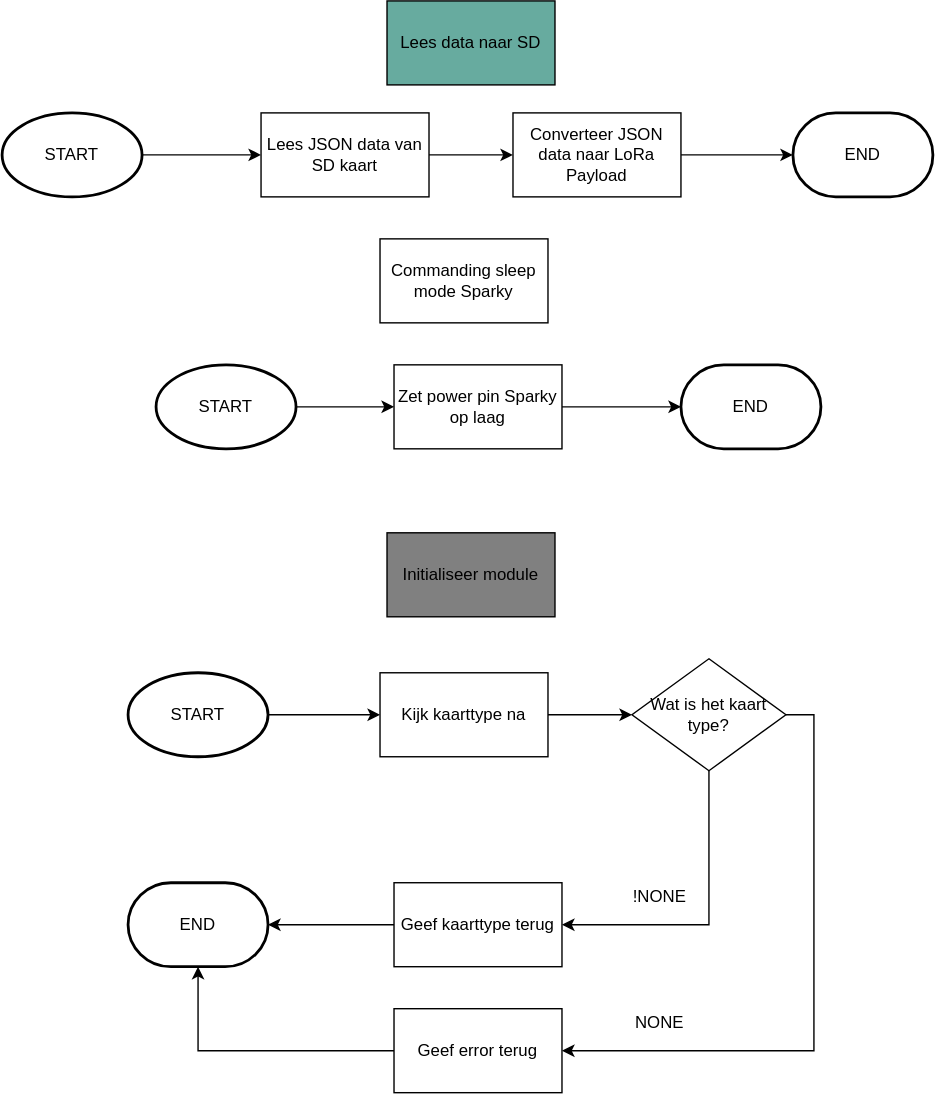
Above: assets/FlowChart-Sparky_2.svg in 747oli/Luchtkwaliteitssensor_analyse (draw.io), before the change. Source tidied: cells renumbered, new cells last; positions are measured from the earlier drawing's top-left corner, leaving out a move shared by most shapes. Its diagram source:
```xml
<mxGraphModel>
  <root>
    <mxCell id="0" />
    <mxCell id="1" parent="0" />
    <mxCell id="2" value="Initialiseer module" style="rounded=0;whiteSpace=wrap;html=1;fillColor=#808080;" parent="1" vertex="1">
      <mxGeometry x="275" y="380" width="120" height="60" as="geometry" />
    </mxCell>
    <mxCell id="3" style="edgeStyle=orthogonalEdgeStyle;rounded=0;jettySize=auto;html=1;" parent="1" edge="1" source="4" target="6">
      <mxGeometry relative="1" as="geometry" />
    </mxCell>
    <mxCell id="4" value="START" style="strokeWidth=2;html=1;shape=mxgraph.flowchart.start_1;whiteSpace=wrap;" parent="1" vertex="1">
      <mxGeometry x="90" y="480" width="100" height="60" as="geometry" />
    </mxCell>
    <mxCell id="5" style="edgeStyle=orthogonalEdgeStyle;rounded=0;jettySize=auto;html=1;" parent="1" edge="1" source="6" target="9">
      <mxGeometry relative="1" as="geometry" />
    </mxCell>
    <mxCell id="6" value="Kijk kaarttype na" style="rounded=0;whiteSpace=wrap;html=1;" parent="1" vertex="1">
      <mxGeometry x="270" y="480" width="120" height="60" as="geometry" />
    </mxCell>
    <mxCell id="7" style="edgeStyle=orthogonalEdgeStyle;rounded=0;jettySize=auto;html=1;exitX=0.5;exitY=1;exitDx=0;exitDy=0;entryX=1;entryY=0.5;entryDx=0;entryDy=0;" parent="1" edge="1" source="9" target="14">
      <mxGeometry relative="1" as="geometry" />
    </mxCell>
    <mxCell id="8" style="edgeStyle=orthogonalEdgeStyle;rounded=0;jettySize=auto;html=1;exitX=1;exitY=0.5;exitDx=0;exitDy=0;entryX=1;entryY=0.5;entryDx=0;entryDy=0;" parent="1" edge="1" source="9" target="16">
      <mxGeometry relative="1" as="geometry" />
    </mxCell>
    <mxCell id="9" value="Wat is het kaart type?" style="rhombus;whiteSpace=wrap;html=1;" parent="1" vertex="1">
      <mxGeometry x="450" y="470" width="110" height="80" as="geometry" />
    </mxCell>
    <mxCell id="10" value="END" style="strokeWidth=2;html=1;shape=mxgraph.flowchart.terminator;whiteSpace=wrap;" parent="1" vertex="1">
      <mxGeometry x="90" y="630" width="100" height="60" as="geometry" />
    </mxCell>
    <mxCell id="11" value="NONE" style="text;html=1;strokeColor=none;fillColor=none;align=center;verticalAlign=middle;whiteSpace=wrap;rounded=0;" parent="1" vertex="1">
      <mxGeometry x="450" y="720" width="40" height="20" as="geometry" />
    </mxCell>
    <mxCell id="12" value="!NONE" style="text;html=1;strokeColor=none;fillColor=none;align=center;verticalAlign=middle;whiteSpace=wrap;rounded=0;" parent="1" vertex="1">
      <mxGeometry x="450" y="630" width="40" height="20" as="geometry" />
    </mxCell>
    <mxCell id="13" style="edgeStyle=orthogonalEdgeStyle;rounded=0;jettySize=auto;html=1;" parent="1" edge="1" source="14" target="10">
      <mxGeometry relative="1" as="geometry" />
    </mxCell>
    <mxCell id="14" value="Geef kaarttype terug" style="rounded=0;whiteSpace=wrap;html=1;" parent="1" vertex="1">
      <mxGeometry x="280" y="630" width="120" height="60" as="geometry" />
    </mxCell>
    <mxCell id="15" style="edgeStyle=orthogonalEdgeStyle;rounded=0;jettySize=auto;html=1;exitX=0;exitY=0.5;exitDx=0;exitDy=0;entryX=0.5;entryY=1;entryDx=0;entryDy=0;entryPerimeter=0;" parent="1" edge="1" source="16" target="10">
      <mxGeometry relative="1" as="geometry" />
    </mxCell>
    <mxCell id="16" value="Geef error terug" style="rounded=0;whiteSpace=wrap;html=1;" parent="1" vertex="1">
      <mxGeometry x="280" y="720" width="120" height="60" as="geometry" />
    </mxCell>
    <mxCell id="17" value="Lees data naar SD" style="rounded=0;whiteSpace=wrap;html=1;fillColor=#67AB9F;" parent="1" vertex="1">
      <mxGeometry x="275" width="120" height="60" as="geometry" />
    </mxCell>
    <mxCell id="18" style="edgeStyle=orthogonalEdgeStyle;rounded=0;jettySize=auto;html=1;" parent="1" edge="1" source="19" target="23">
      <mxGeometry relative="1" as="geometry" />
    </mxCell>
    <mxCell id="19" value="START" style="strokeWidth=2;html=1;shape=mxgraph.flowchart.start_1;whiteSpace=wrap;" parent="1" vertex="1">
      <mxGeometry y="80" width="100" height="60" as="geometry" />
    </mxCell>
    <mxCell id="20" style="edgeStyle=orthogonalEdgeStyle;rounded=0;jettySize=auto;html=1;" parent="1" edge="1" source="21" target="24">
      <mxGeometry relative="1" as="geometry" />
    </mxCell>
    <mxCell id="21" value="Converteer JSON data naar LoRa Payload" style="rounded=0;whiteSpace=wrap;html=1;" parent="1" vertex="1">
      <mxGeometry x="365" y="80" width="120" height="60" as="geometry" />
    </mxCell>
    <mxCell id="22" style="edgeStyle=orthogonalEdgeStyle;rounded=0;jettySize=auto;html=1;" parent="1" edge="1" source="23" target="21">
      <mxGeometry relative="1" as="geometry" />
    </mxCell>
    <mxCell id="23" value="Lees JSON data van SD kaart" style="rounded=0;whiteSpace=wrap;html=1;" parent="1" vertex="1">
      <mxGeometry x="185" y="80" width="120" height="60" as="geometry" />
    </mxCell>
    <mxCell id="24" value="END" style="strokeWidth=2;html=1;shape=mxgraph.flowchart.terminator;whiteSpace=wrap;" parent="1" vertex="1">
      <mxGeometry x="565" y="80" width="100" height="60" as="geometry" />
    </mxCell>
    <mxCell id="25" value="Commanding sleep mode Sparky" style="rounded=0;whiteSpace=wrap;html=1;" parent="1" vertex="1">
      <mxGeometry x="270" y="170" width="120" height="60" as="geometry" />
    </mxCell>
    <mxCell id="26" style="edgeStyle=orthogonalEdgeStyle;rounded=0;jettySize=auto;html=1;" parent="1" edge="1" source="27" target="30">
      <mxGeometry relative="1" as="geometry" />
    </mxCell>
    <mxCell id="27" value="START" style="strokeWidth=2;html=1;shape=mxgraph.flowchart.start_1;whiteSpace=wrap;" parent="1" vertex="1">
      <mxGeometry x="110" y="260" width="100" height="60" as="geometry" />
    </mxCell>
    <mxCell id="28" value="END" style="strokeWidth=2;html=1;shape=mxgraph.flowchart.terminator;whiteSpace=wrap;" parent="1" vertex="1">
      <mxGeometry x="485" y="260" width="100" height="60" as="geometry" />
    </mxCell>
    <mxCell id="29" style="edgeStyle=orthogonalEdgeStyle;rounded=0;jettySize=auto;html=1;" parent="1" edge="1" source="30" target="28">
      <mxGeometry relative="1" as="geometry" />
    </mxCell>
    <mxCell id="30" value="Zet power pin Sparky op laag" style="rounded=0;whiteSpace=wrap;html=1;" parent="1" vertex="1">
      <mxGeometry x="280" y="260" width="120" height="60" as="geometry" />
    </mxCell>
  </root>
</mxGraphModel>
```
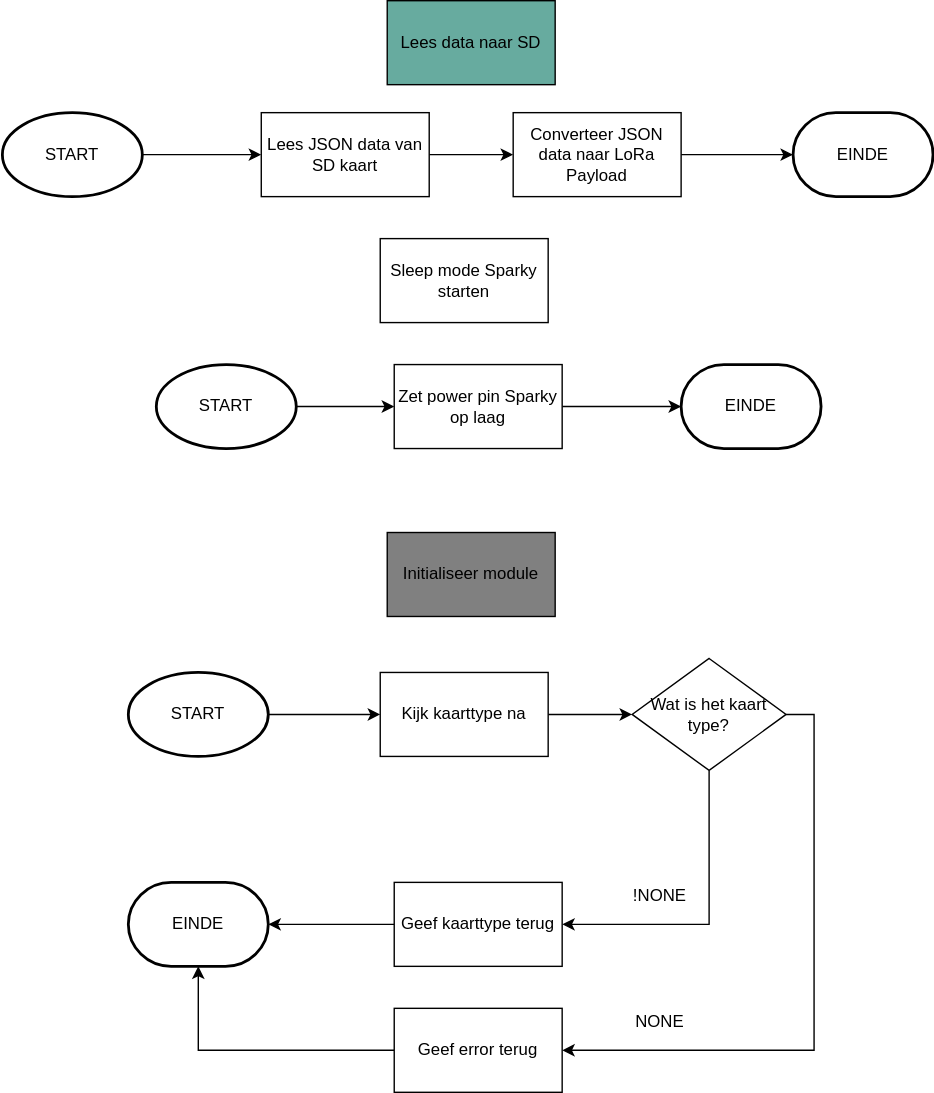
Later version of the same file.

Diff of the diagram source:
```diff
@@ -26,7 +26,7 @@
     <mxCell id="9" value="Wat is het kaart type?" style="rhombus;whiteSpace=wrap;html=1;" parent="1" vertex="1">
       <mxGeometry x="450" y="470" width="110" height="80" as="geometry" />
     </mxCell>
-    <mxCell id="10" value="END" style="strokeWidth=2;html=1;shape=mxgraph.flowchart.terminator;whiteSpace=wrap;" parent="1" vertex="1">
+    <mxCell id="10" value="EINDE" style="strokeWidth=2;html=1;shape=mxgraph.flowchart.terminator;whiteSpace=wrap;" parent="1" vertex="1">
       <mxGeometry x="90" y="630" width="100" height="60" as="geometry" />
     </mxCell>
     <mxCell id="11" value="NONE" style="text;html=1;strokeColor=none;fillColor=none;align=center;verticalAlign=middle;whiteSpace=wrap;rounded=0;" parent="1" vertex="1">
@@ -68,10 +68,10 @@
     <mxCell id="23" value="Lees JSON data van SD kaart" style="rounded=0;whiteSpace=wrap;html=1;" parent="1" vertex="1">
       <mxGeometry x="185" y="80" width="120" height="60" as="geometry" />
     </mxCell>
-    <mxCell id="24" value="END" style="strokeWidth=2;html=1;shape=mxgraph.flowchart.terminator;whiteSpace=wrap;" parent="1" vertex="1">
+    <mxCell id="24" value="EINDE" style="strokeWidth=2;html=1;shape=mxgraph.flowchart.terminator;whiteSpace=wrap;" parent="1" vertex="1">
       <mxGeometry x="565" y="80" width="100" height="60" as="geometry" />
     </mxCell>
-    <mxCell id="25" value="Commanding sleep mode Sparky" style="rounded=0;whiteSpace=wrap;html=1;" parent="1" vertex="1">
+    <mxCell id="25" value="Sleep mode Sparky starten" style="rounded=0;whiteSpace=wrap;html=1;" parent="1" vertex="1">
       <mxGeometry x="270" y="170" width="120" height="60" as="geometry" />
     </mxCell>
     <mxCell id="26" style="edgeStyle=orthogonalEdgeStyle;rounded=0;jettySize=auto;html=1;" parent="1" edge="1" source="27" target="30">
@@ -80,7 +80,7 @@
     <mxCell id="27" value="START" style="strokeWidth=2;html=1;shape=mxgraph.flowchart.start_1;whiteSpace=wrap;" parent="1" vertex="1">
       <mxGeometry x="110" y="260" width="100" height="60" as="geometry" />
     </mxCell>
-    <mxCell id="28" value="END" style="strokeWidth=2;html=1;shape=mxgraph.flowchart.terminator;whiteSpace=wrap;" parent="1" vertex="1">
+    <mxCell id="28" value="EINDE" style="strokeWidth=2;html=1;shape=mxgraph.flowchart.terminator;whiteSpace=wrap;" parent="1" vertex="1">
       <mxGeometry x="485" y="260" width="100" height="60" as="geometry" />
     </mxCell>
     <mxCell id="29" style="edgeStyle=orthogonalEdgeStyle;rounded=0;jettySize=auto;html=1;" parent="1" edge="1" source="30" target="28">
```
